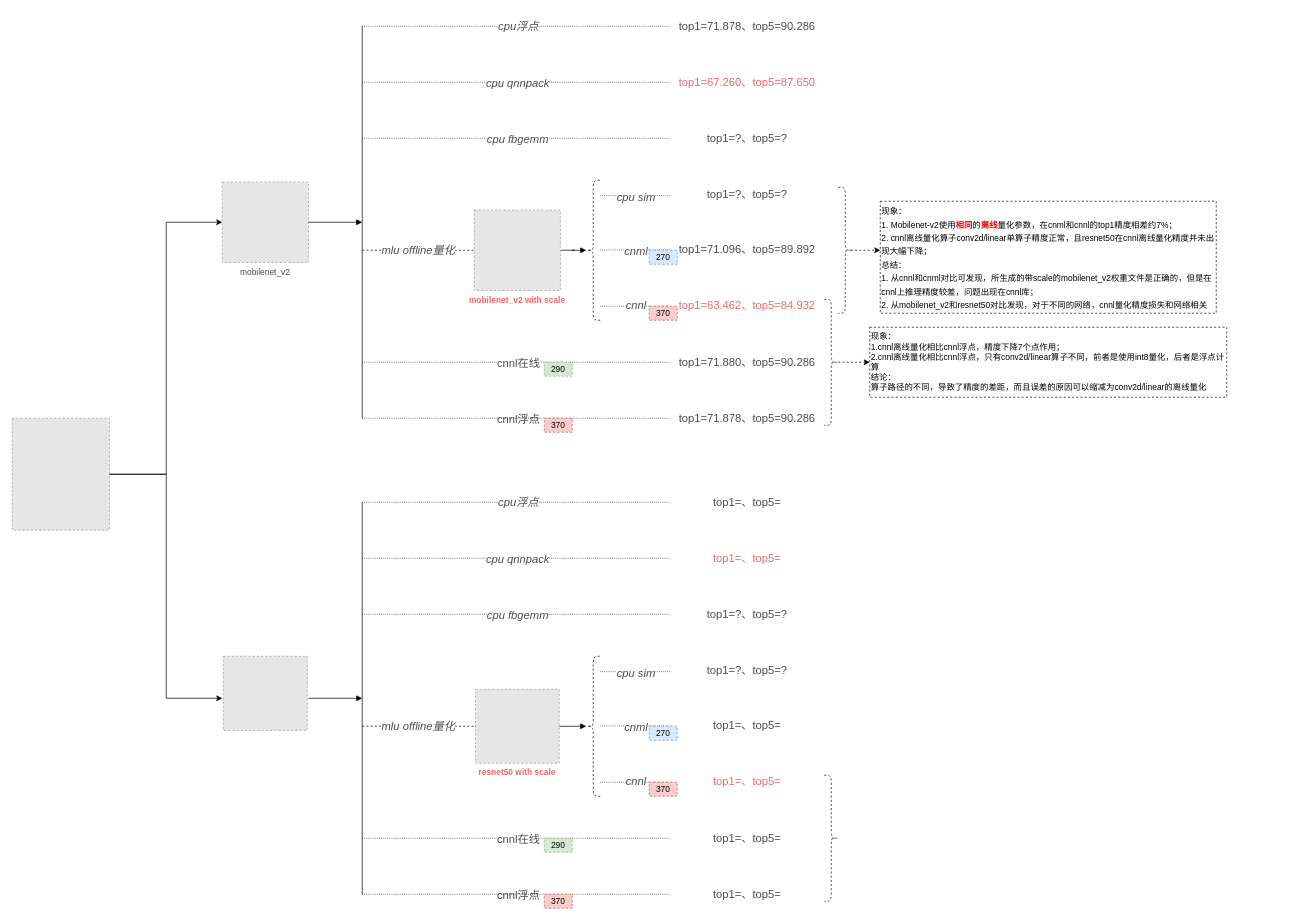
The draw.io diagram torch/quantize_analysis.drawio in alanzhai219/dive_into_framework, before the edit. Source tidied: cells renumbered, new cells numbered last; positions are measured from the earlier drawing's top-left corner, leaving out a move shared by most shapes. Both pictures are drawn from the tidied source at 70%, with x=0, y=0 at pixel (12, 12). Pictures stored in the file or linked from it are replaced by grey dashed boxes.
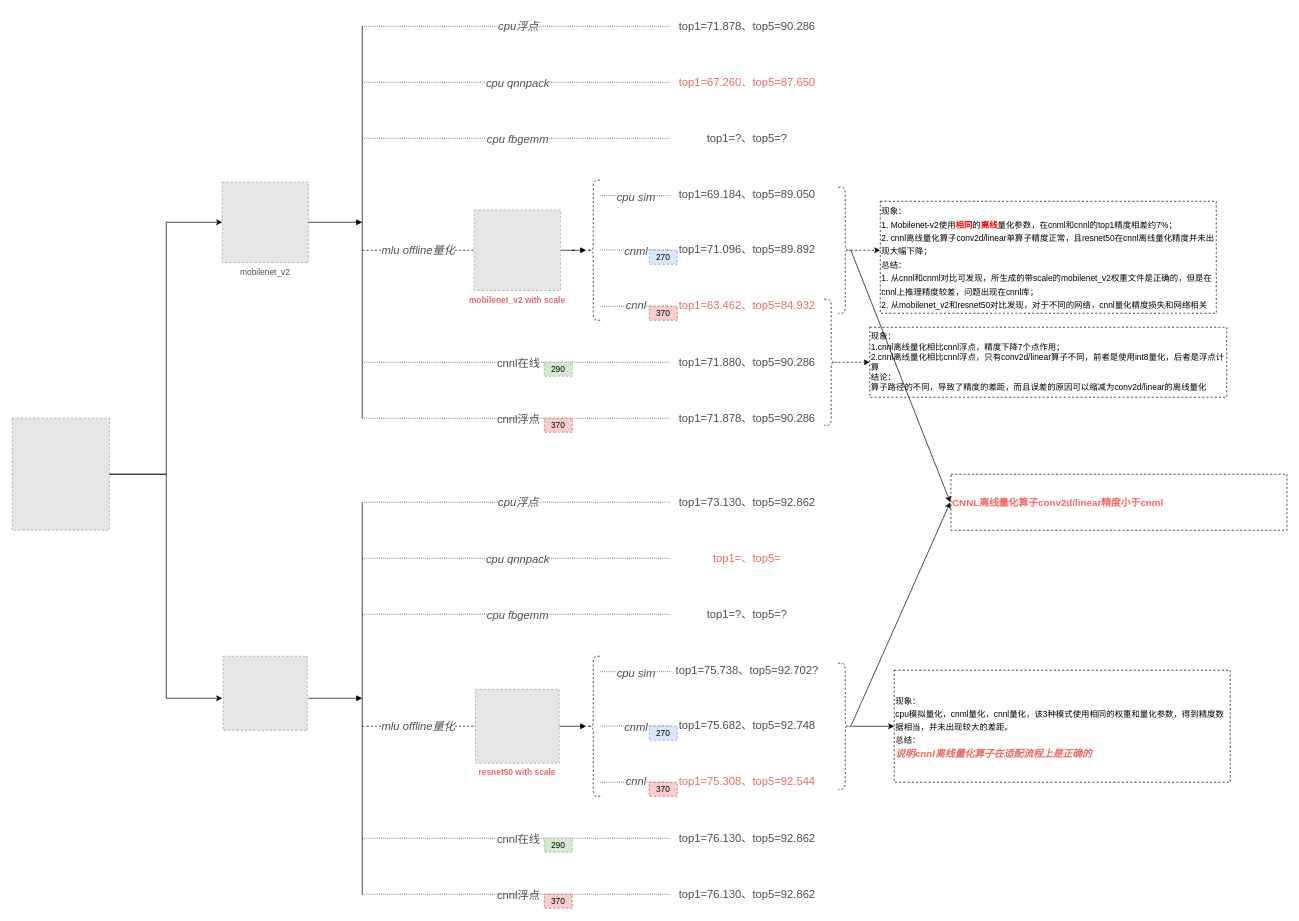
After the change.

The change refers to these unchanged cells:
```xml
<mxCell id="29" style="shape=curlyBracket;whiteSpace=wrap;html=1;rounded=1;flipH=1;dashed=1;fontSize=16;fontColor=#EA6B66;" parent="1" vertex="1">
  <mxGeometry x="1180" y="250" width="20" height="180" as="geometry" />
</mxCell>
```

Change to the diagram source:
```diff
@@
-    <mxCell id="44" value="top1=?、top5=?" style="text;html=1;strokeColor=none;fillColor=none;align=center;verticalAlign=middle;whiteSpace=wrap;rounded=0;fontSize=16;fontColor=#4D4D4D;" parent="1" vertex="1">
+    <mxCell id="44" value="top1=69.184、top5=89.050" style="text;html=1;strokeColor=none;fillColor=none;align=center;verticalAlign=middle;whiteSpace=wrap;rounded=0;fontSize=16;fontColor=#4D4D4D;" parent="1" vertex="1">
       <mxGeometry x="940" y="240" width="220" height="40" as="geometry" />
     </mxCell>
@@
-    <mxCell id="64" value="top1=、top5=" style="text;html=1;strokeColor=none;fillColor=none;align=center;verticalAlign=middle;whiteSpace=wrap;rounded=0;fontSize=16;fontColor=#4D4D4D;" parent="1" vertex="1">
+    <mxCell id="64" value="top1=75.682、top5=92.748" style="text;html=1;strokeColor=none;fillColor=none;align=center;verticalAlign=middle;whiteSpace=wrap;rounded=0;fontSize=16;fontColor=#4D4D4D;" parent="1" vertex="1">
       <mxGeometry x="940" y="997.5" width="220" height="40" as="geometry" />
     </mxCell>
-    <mxCell id="65" value="&lt;font color=&quot;#ea6b66&quot;&gt;top1=、top5=&lt;/font&gt;" style="text;html=1;strokeColor=none;fillColor=none;align=center;verticalAlign=middle;whiteSpace=wrap;rounded=0;fontSize=16;fontColor=#4D4D4D;" parent="1" vertex="1">
+    <mxCell id="65" value="&lt;font color=&quot;#ea6b66&quot;&gt;top1=75.308、top5=92.544&lt;/font&gt;" style="text;html=1;strokeColor=none;fillColor=none;align=center;verticalAlign=middle;whiteSpace=wrap;rounded=0;fontSize=16;fontColor=#4D4D4D;" parent="1" vertex="1">
       <mxGeometry x="940" y="1077.5" width="220" height="40" as="geometry" />
     </mxCell>
-    <mxCell id="66" value="top1=、top5=" style="text;html=1;strokeColor=none;fillColor=none;align=center;verticalAlign=middle;whiteSpace=wrap;rounded=0;fontSize=16;fontColor=#4D4D4D;" parent="1" vertex="1">
+    <mxCell id="66" value="top1=73.130、top5=92.862" style="text;html=1;strokeColor=none;fillColor=none;align=center;verticalAlign=middle;whiteSpace=wrap;rounded=0;fontSize=16;fontColor=#4D4D4D;" parent="1" vertex="1">
       <mxGeometry x="940" y="680" width="220" height="40" as="geometry" />
     </mxCell>
-    <mxCell id="67" value="top1=、top5=" style="text;html=1;strokeColor=none;fillColor=none;align=center;verticalAlign=middle;whiteSpace=wrap;rounded=0;fontSize=16;fontColor=#4D4D4D;" parent="1" vertex="1">
+    <mxCell id="67" value="top1=76.130、top5=92.862" style="text;html=1;strokeColor=none;fillColor=none;align=center;verticalAlign=middle;whiteSpace=wrap;rounded=0;fontSize=16;fontColor=#4D4D4D;" parent="1" vertex="1">
       <mxGeometry x="940" y="1240" width="220" height="40" as="geometry" />
     </mxCell>
+    <mxCell id="84" style="edgeStyle=orthogonalEdgeStyle;rounded=0;jettySize=auto;html=1;entryX=0;entryY=0.5;entryDx=0;entryDy=0;" parent="1" edge="1" source="68" target="85">
+      <mxGeometry relative="1" as="geometry" />
+    </mxCell>
     <mxCell id="68" style="shape=curlyBracket;whiteSpace=wrap;html=1;rounded=1;flipH=1;dashed=1;fontSize=12;fontColor=#FF0000;" parent="1" vertex="1">
-      <mxGeometry x="1160" y="1090" width="20" height="180" as="geometry" />
+      <mxGeometry x="1180" y="930" width="20" height="180" as="geometry" />
     </mxCell>
@@
-    <mxCell id="73" value="top1=、top5=" style="text;html=1;strokeColor=none;fillColor=none;align=center;verticalAlign=middle;whiteSpace=wrap;rounded=0;fontSize=16;fontColor=#4D4D4D;" parent="1" vertex="1">
+    <mxCell id="73" value="top1=76.130、top5=92.862" style="text;html=1;strokeColor=none;fillColor=none;align=center;verticalAlign=middle;whiteSpace=wrap;rounded=0;fontSize=16;fontColor=#4D4D4D;" parent="1" vertex="1">
       <mxGeometry x="940" y="1160" width="220" height="40" as="geometry" />
     </mxCell>
@@
-    <mxCell id="78" value="top1=?、top5=?" style="text;html=1;strokeColor=none;fillColor=none;align=center;verticalAlign=middle;whiteSpace=wrap;rounded=0;fontSize=16;fontColor=#4D4D4D;" parent="1" vertex="1">
+    <mxCell id="78" value="top1=75.738、top5=92.702?" style="text;html=1;strokeColor=none;fillColor=none;align=center;verticalAlign=middle;whiteSpace=wrap;rounded=0;fontSize=16;fontColor=#4D4D4D;" parent="1" vertex="1">
       <mxGeometry x="940" y="920" width="220" height="40" as="geometry" />
     </mxCell>
@@
+    <mxCell id="85" value="&lt;font&gt;&lt;font color=&quot;#000000&quot; style=&quot;font-size: 12px&quot;&gt;现象：&lt;br&gt;cpu模拟量化，cnml量化，cnnl量化，该3种模式使用相同的权重和量化参数，得到精度数据相当，并未出现较大的差距。&lt;/font&gt;&lt;br&gt;&lt;font color=&quot;#000000&quot; style=&quot;font-size: 12px&quot;&gt;总结：&lt;/font&gt;&lt;br&gt;&lt;b&gt;&lt;i&gt;&lt;font style=&quot;font-size: 14px&quot;&gt;说明cnnl离线量化算子在适配流程上是正确的&lt;/font&gt;&lt;/i&gt;&lt;/b&gt;&lt;br&gt;&lt;/font&gt;" style="text;html=1;strokeColor=default;fillColor=none;align=left;verticalAlign=middle;whiteSpace=wrap;rounded=0;dashed=1;fontSize=16;fontColor=#EA6B66;" parent="1" vertex="1">
+      <mxGeometry x="1260" y="940" width="480" height="160" as="geometry" />
+    </mxCell>
+    <mxCell id="86" style="endArrow=classic;html=1;rounded=0;exitX=0.1;exitY=0.5;exitDx=0;exitDy=0;exitPerimeter=0;" parent="1" edge="1" source="29">
+      <mxGeometry relative="1" as="geometry">
+        <mxPoint x="1340" y="700" as="targetPoint" />
+      </mxGeometry>
+    </mxCell>
+    <mxCell id="87" style="endArrow=classic;html=1;rounded=0;exitX=0.1;exitY=0.5;exitDx=0;exitDy=0;exitPerimeter=0;" parent="1" edge="1" source="68">
+      <mxGeometry relative="1" as="geometry">
+        <mxPoint x="1340" y="700" as="targetPoint" />
+      </mxGeometry>
+    </mxCell>
+    <mxCell id="88" value="&lt;font&gt;&lt;b&gt;&lt;font style=&quot;font-size: 14px&quot; color=&quot;#ff6666&quot;&gt;CNNL离线量化算子conv2d/linear精度小于cnml&lt;/font&gt;&lt;/b&gt;&lt;br&gt;&lt;/font&gt;" style="text;html=1;strokeColor=default;fillColor=none;align=left;verticalAlign=middle;whiteSpace=wrap;rounded=0;dashed=1;fontSize=16;fontColor=#EA6B66;" parent="1" vertex="1">
+      <mxGeometry x="1341" y="660" width="480" height="80" as="geometry" />
+    </mxCell>
```
